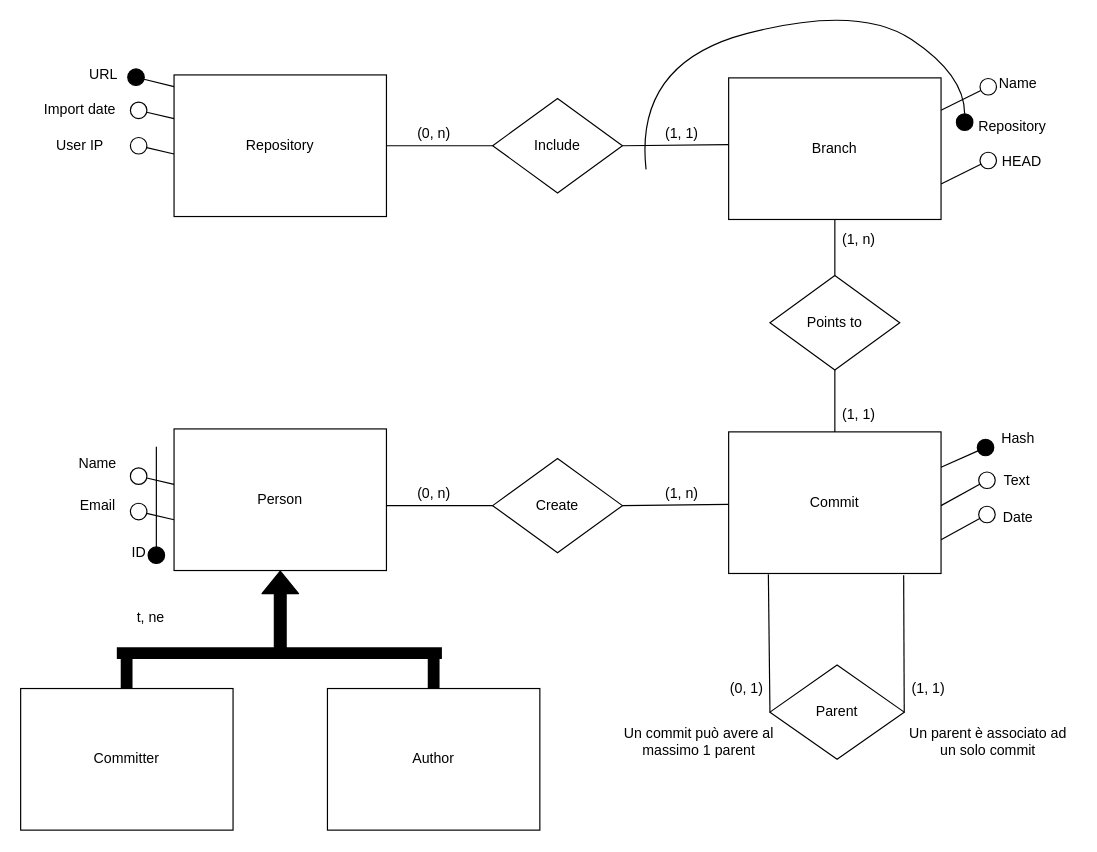
Earlier version of the draw.io diagram data/er.drawio (gico-net/docs). Source tidied: cells renumbered, new cells numbered last; positions are measured from the earlier drawing's top-left corner, leaving out a move shared by most shapes. Both pictures are drawn from the tidied source at 118%, with x=0, y=0 at pixel (20, 4).
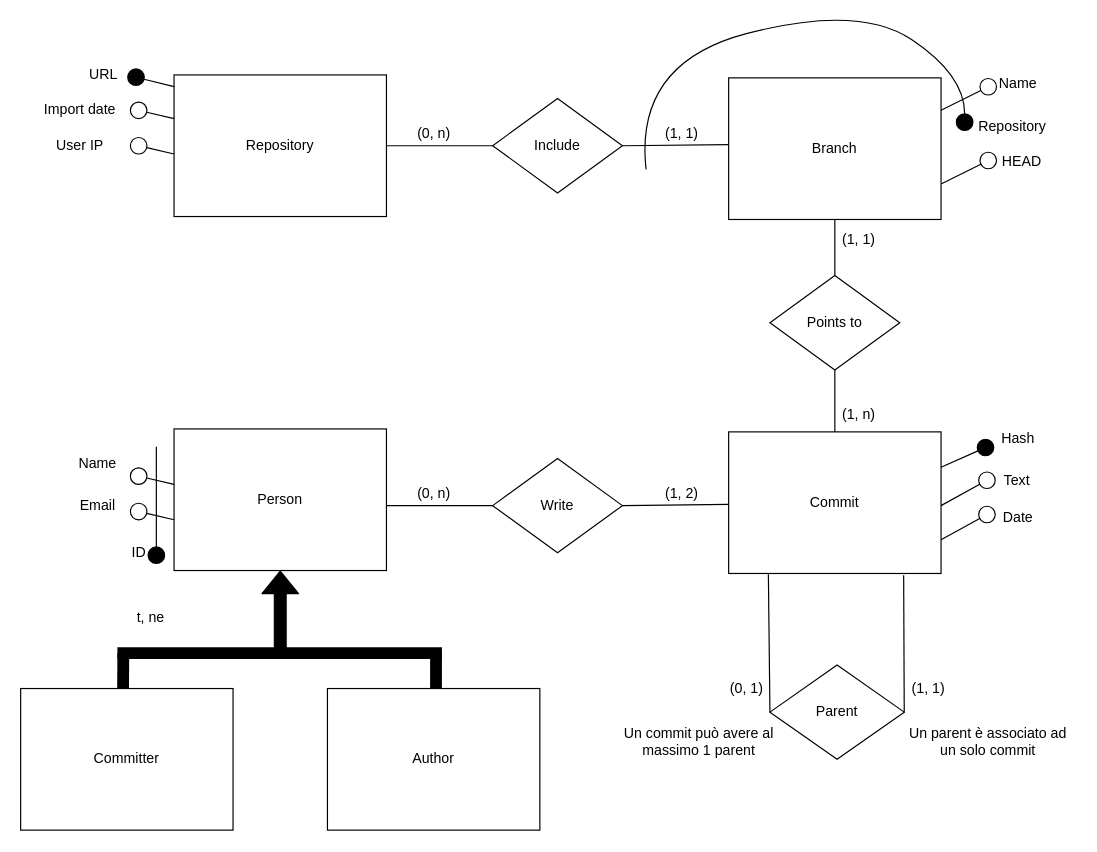
Above is the later version.

Unchanged cells that the change refers to:
```xml
<mxCell id="22" value="Author" style="rounded=0;whiteSpace=wrap;html=1;" parent="1" vertex="1">
  <mxGeometry x="260" y="580" width="180" height="120" as="geometry" />
</mxCell>
```

The edit, as a diff of the source:
```diff
@@
     <mxCell id="24" style="endArrow=none;html=1;strokeWidth=10;endSize=0;startSize=0;rounded=0;jumpSize=0;" parent="1" edge="1">
       <mxGeometry relative="1" as="geometry">
-        <mxPoint x="81.5" y="550" as="sourcePoint" />
+        <mxPoint x="82" y="550" as="sourcePoint" />
         <mxPoint x="357" y="550" as="targetPoint" />
       </mxGeometry>
     </mxCell>
-    <mxCell id="25" style="endArrow=none;html=1;strokeWidth=10;exitX=0.5;exitY=0;exitDx=0;exitDy=0;" parent="1" edge="1" source="22">
+    <mxCell id="25" style="endArrow=none;html=1;strokeWidth=10;exitX=0.5;exitY=0;exitDx=0;exitDy=0;" parent="1" edge="1">
       <mxGeometry relative="1" as="geometry">
-        <mxPoint x="350" y="550" as="targetPoint" />
+        <mxPoint x="352" y="580" as="sourcePoint" />
+        <mxPoint x="352" y="550" as="targetPoint" />
       </mxGeometry>
     </mxCell>
     <mxCell id="26" style="endArrow=none;html=1;strokeWidth=10;exitX=0.5;exitY=0;exitDx=0;exitDy=0;" parent="1" edge="1">
       <mxGeometry relative="1" as="geometry">
-        <mxPoint x="89.8" y="580" as="sourcePoint" />
-        <mxPoint x="89.8" y="550" as="targetPoint" />
+        <mxPoint x="86.8" y="580" as="sourcePoint" />
+        <mxPoint x="87" y="550" as="targetPoint" />
       </mxGeometry>
     </mxCell>
@@
-    <mxCell id="41" value="Create" style="rhombus;whiteSpace=wrap;html=1;" parent="1" vertex="1">
+    <mxCell id="41" value="Write" style="rhombus;whiteSpace=wrap;html=1;" parent="1" vertex="1">
       <mxGeometry x="400" y="385" width="110" height="80" as="geometry" />
     </mxCell>
@@
-    <mxCell id="45" value="(1, n)" style="text;html=1;align=center;verticalAlign=middle;" parent="1" vertex="1">
+    <mxCell id="45" value="(1, 2)" style="text;html=1;align=center;verticalAlign=middle;" parent="1" vertex="1">
       <mxGeometry x="540" y="405" width="40" height="20" as="geometry" />
     </mxCell>
@@
-    <mxCell id="48" value="(1, n)" style="text;html=1;align=center;verticalAlign=middle;" parent="1" vertex="1">
+    <mxCell id="48" value="(1, 1)" style="text;html=1;align=center;verticalAlign=middle;" parent="1" vertex="1">
       <mxGeometry x="690" y="190" width="40" height="20" as="geometry" />
     </mxCell>
@@
-    <mxCell id="50" value="(1, 1)" style="text;html=1;align=center;verticalAlign=middle;" parent="1" vertex="1">
+    <mxCell id="50" value="(1, n)" style="text;html=1;align=center;verticalAlign=middle;" parent="1" vertex="1">
       <mxGeometry x="690" y="337.5" width="40" height="20" as="geometry" />
     </mxCell>
```
